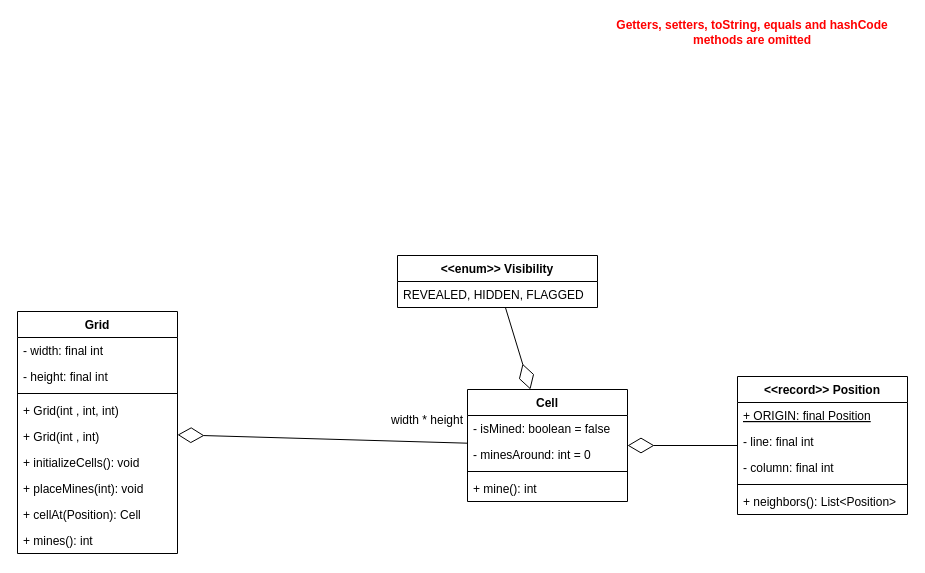
Before: specification/model.drawio in mgmu/minesweeper, a draw.io diagram. Source tidied: cells renumbered, new cells numbered last; positions are measured from the earlier drawing's top-left corner, leaving out a move shared by most shapes. Both pictures are drawn from the tidied source at 100%, with x=0, y=0 at pixel (17, 17).
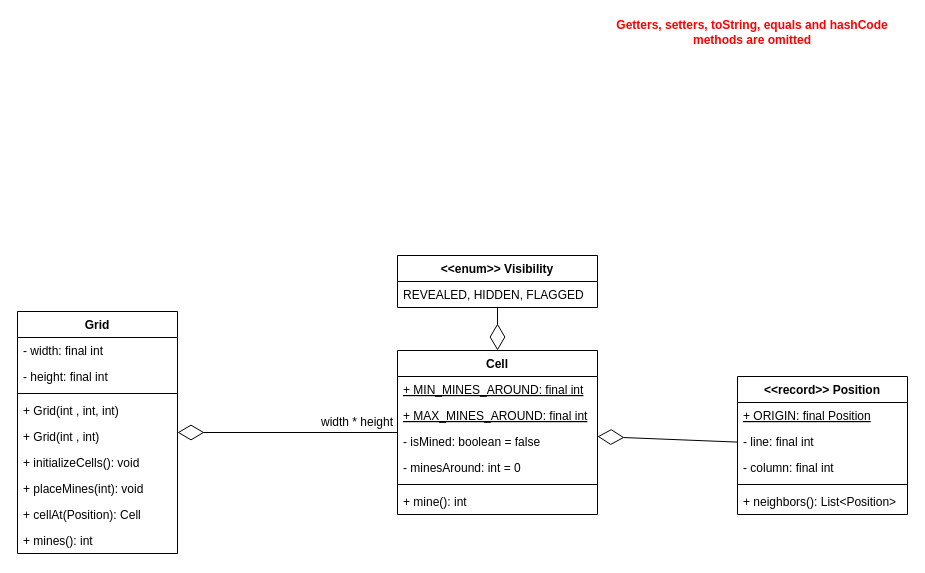
The same page after the edit.

Change to the diagram source:
```diff
@@
     <mxCell id="12" value="Cell" style="swimlane;fontStyle=1;align=center;verticalAlign=top;horizontal=1;startSize=26;" parent="1" vertex="1">
-      <mxGeometry x="450" y="372" width="160" height="112" as="geometry" />
+      <mxGeometry x="380" y="333" width="200" height="164" as="geometry" />
     </mxCell>
+    <mxCell id="30" value="+ MIN_MINES_AROUND: final int" style="text;strokeColor=none;fillColor=none;align=left;verticalAlign=top;spacingLeft=4;spacingRight=4;overflow=hidden;fontStyle=4;" parent="12" vertex="1">
+      <mxGeometry y="26" width="200" height="26" as="geometry" />
+    </mxCell>
+    <mxCell id="31" value="+ MAX_MINES_AROUND: final int" style="text;strokeColor=none;fillColor=none;align=left;verticalAlign=top;spacingLeft=4;spacingRight=4;overflow=hidden;fontStyle=4;" parent="12" vertex="1">
+      <mxGeometry y="52" width="200" height="26" as="geometry" />
+    </mxCell>
     <mxCell id="13" value="- isMined: boolean = false" style="text;strokeColor=none;fillColor=none;align=left;verticalAlign=top;spacingLeft=4;spacingRight=4;overflow=hidden;" parent="12" vertex="1">
-      <mxGeometry y="26" width="160" height="26" as="geometry" />
+      <mxGeometry y="78" width="200" height="26" as="geometry" />
     </mxCell>
     <mxCell id="14" value="- minesAround: int = 0" style="text;strokeColor=none;fillColor=none;align=left;verticalAlign=top;spacingLeft=4;spacingRight=4;overflow=hidden;" parent="12" vertex="1">
-      <mxGeometry y="52" width="160" height="26" as="geometry" />
+      <mxGeometry y="104" width="200" height="26" as="geometry" />
     </mxCell>
     <mxCell id="15" style="line;strokeWidth=1;fillColor=none;align=left;verticalAlign=middle;spacingTop=-1;spacingLeft=3;spacingRight=3;labelPosition=right;strokeColor=inherit;" parent="12" vertex="1">
-      <mxGeometry y="78" width="160" height="8" as="geometry" />
+      <mxGeometry y="130" width="200" height="8" as="geometry" />
     </mxCell>
     <mxCell id="16" value="+ mine(): int" style="text;strokeColor=none;fillColor=none;align=left;verticalAlign=top;spacingLeft=4;spacingRight=4;overflow=hidden;" parent="12" vertex="1">
-      <mxGeometry y="86" width="160" height="26" as="geometry" />
+      <mxGeometry y="138" width="200" height="26" as="geometry" />
     </mxCell>
@@
     <mxCell id="21" value="width * height" style="text;html=1;strokeColor=none;fillColor=none;align=center;verticalAlign=middle;whiteSpace=wrap;rounded=0;" parent="1" vertex="1">
-      <mxGeometry x="370" y="388" width="80" height="30" as="geometry" />
+      <mxGeometry x="300" y="390" width="80" height="30" as="geometry" />
     </mxCell>
```
